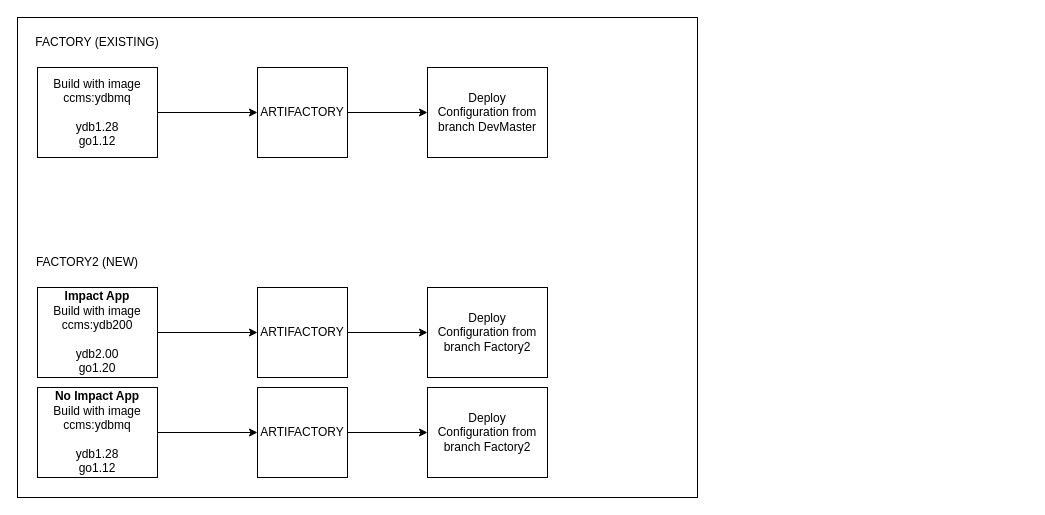
The draw.io diagram page "EOS-LINUX" (10 of 10) of CCMS_MFR_Diagram.drawio in chawaratr/drawio, before the edit. Source tidied: cells renumbered, new cells numbered last; positions are measured from the earlier drawing's top-left corner, leaving out a move shared by most shapes. Both pictures are drawn from the tidied source at 100%, with x=0, y=0 at pixel (17, 17).
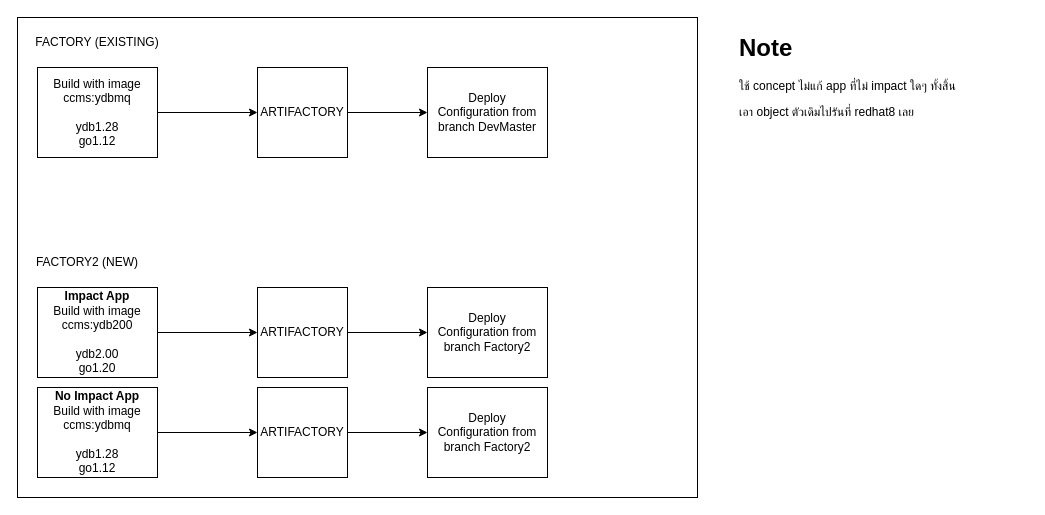
After the change.

The edit, as a diff of the source:
```diff
@@
+    <mxCell id="20" value="&lt;h1 style=&quot;margin-top: 0px;&quot;&gt;Note&lt;/h1&gt;&lt;p&gt;ใช้ concept ไม่แก้ app ที่ไม่ impact ใดๆ ทั้งสิ้น&lt;/p&gt;&lt;p&gt;เอา object ตัวเดิมไปรันที่ redhat8 เลย&lt;/p&gt;" style="text;html=1;whiteSpace=wrap;overflow=hidden;rounded=0;" parent="1" vertex="1">
+      <mxGeometry x="720" y="10" width="290" height="120" as="geometry" />
+    </mxCell>
```
